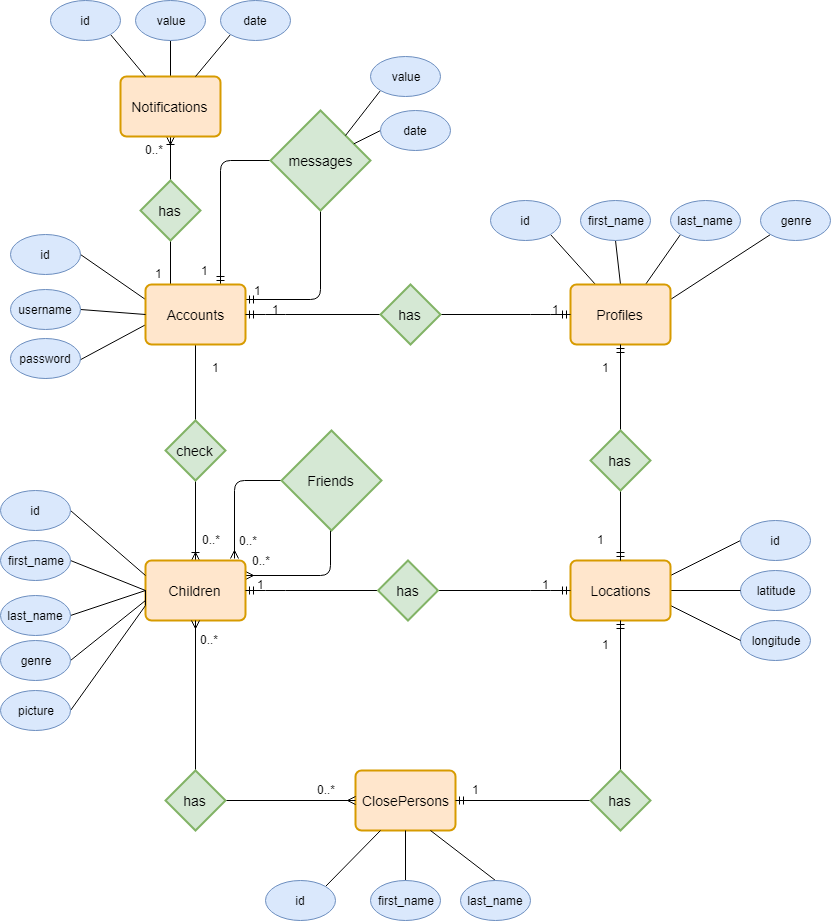
Above: Arhitecture/tw-bd-diagram.png in vararucristian/Kimo-TW-Project (draw.io), before the change. Source tidied: cells renumbered, new cells last; positions are measured from the earlier drawing's top-left corner, leaving out a move shared by most shapes.
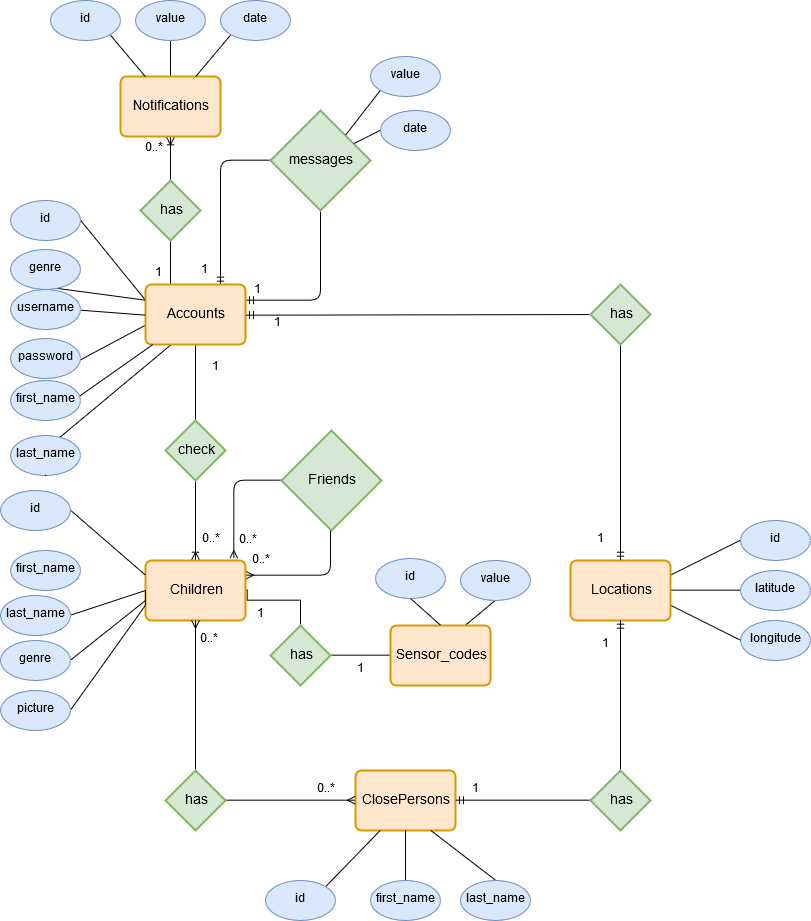
After the change.

Change to the diagram source:
```diff
@@ -45,26 +45,20 @@
     <mxCell id="11" value="password" style="ellipse;whiteSpace=wrap;html=1;fillColor=#dae8fc;strokeColor=#6c8ebf;" parent="1" vertex="1">
       <mxGeometry x="10" y="338" width="70" height="40" as="geometry" />
     </mxCell>
-    <mxCell id="12" style="edgeStyle=none;rounded=0;jettySize=auto;html=1;exitX=0.75;exitY=0;exitDx=0;exitDy=0;entryX=0;entryY=1;entryDx=0;entryDy=0;endArrow=none;endFill=0;" parent="1" edge="1" source="16" target="18">
+    <mxCell id="12" style="edgeStyle=none;rounded=0;jettySize=auto;html=1;exitX=0.25;exitY=1;exitDx=0;exitDy=0;entryX=0;entryY=1;entryDx=0;entryDy=0;endArrow=none;endFill=0;" parent="1" edge="1" source="8" target="18">
       <mxGeometry relative="1" as="geometry" />
     </mxCell>
-    <mxCell id="13" style="edgeStyle=none;rounded=0;jettySize=auto;html=1;exitX=0.5;exitY=0;exitDx=0;exitDy=0;entryX=0.5;entryY=1;entryDx=0;entryDy=0;endArrow=none;endFill=0;" parent="1" edge="1" source="16" target="17">
+    <mxCell id="13" style="edgeStyle=none;rounded=0;jettySize=auto;html=1;entryX=0.5;entryY=1;entryDx=0;entryDy=0;endArrow=none;endFill=0;" parent="1" edge="1" source="8" target="17">
       <mxGeometry relative="1" as="geometry" />
     </mxCell>
-    <mxCell id="14" style="edgeStyle=none;rounded=0;jettySize=auto;html=1;exitX=0.25;exitY=0;exitDx=0;exitDy=0;entryX=1;entryY=1;entryDx=0;entryDy=0;endArrow=none;endFill=0;" parent="1" edge="1" source="16" target="21">
-      <mxGeometry relative="1" as="geometry" />
-    </mxCell>
-    <mxCell id="15" style="edgeStyle=none;rounded=0;jettySize=auto;html=1;exitX=1;exitY=0.25;exitDx=0;exitDy=0;endArrow=none;endFill=0;entryX=0;entryY=1;entryDx=0;entryDy=0;" parent="1" edge="1" source="16" target="33">
+    <mxCell id="15" style="edgeStyle=none;rounded=0;jettySize=auto;html=1;exitX=0;exitY=0.25;exitDx=0;exitDy=0;endArrow=none;endFill=0;entryX=0;entryY=1;entryDx=0;entryDy=0;" parent="1" edge="1" source="8" target="33">
       <mxGeometry relative="1" as="geometry" />
     </mxCell>
-    <mxCell id="16" value="Profiles" style="strokeWidth=2;rounded=1;arcSize=10;whiteSpace=wrap;html=1;align=center;fontSize=14;fillColor=#ffe6cc;strokeColor=#d79b00;" parent="1" vertex="1">
-      <mxGeometry x="570" y="284" width="100" height="60" as="geometry" />
-    </mxCell>
     <mxCell id="17" value="first_name" style="ellipse;whiteSpace=wrap;html=1;fillColor=#dae8fc;strokeColor=#6c8ebf;" parent="1" vertex="1">
-      <mxGeometry x="580" y="200" width="70" height="40" as="geometry" />
+      <mxGeometry x="10" y="380" width="70" height="40" as="geometry" />
     </mxCell>
     <mxCell id="18" value="last_name" style="ellipse;whiteSpace=wrap;html=1;fillColor=#dae8fc;strokeColor=#6c8ebf;" parent="1" vertex="1">
-      <mxGeometry x="670" y="200" width="70" height="40" as="geometry" />
+      <mxGeometry x="10" y="435" width="70" height="40" as="geometry" />
     </mxCell>
     <mxCell id="19" value="latitude" style="ellipse;whiteSpace=wrap;html=1;fillColor=#dae8fc;strokeColor=#6c8ebf;" parent="1" vertex="1">
       <mxGeometry x="740" y="570" width="70" height="40" as="geometry" />
@@ -72,9 +66,6 @@
     <mxCell id="20" value="longitude" style="ellipse;whiteSpace=wrap;html=1;fillColor=#dae8fc;strokeColor=#6c8ebf;" parent="1" vertex="1">
       <mxGeometry x="740" y="620" width="70" height="40" as="geometry" />
     </mxCell>
-    <mxCell id="21" value="id" style="ellipse;whiteSpace=wrap;html=1;fillColor=#dae8fc;strokeColor=#6c8ebf;" parent="1" vertex="1">
-      <mxGeometry x="490" y="200" width="70" height="40" as="geometry" />
-    </mxCell>
     <mxCell id="22" style="edgeStyle=none;rounded=0;jettySize=auto;html=1;exitX=1;exitY=0.75;exitDx=0;exitDy=0;entryX=0;entryY=0.5;entryDx=0;entryDy=0;endArrow=none;endFill=0;" parent="1" edge="1" source="25" target="20">
       <mxGeometry relative="1" as="geometry" />
     </mxCell>
@@ -90,32 +81,36 @@
     <mxCell id="26" value="id" style="ellipse;whiteSpace=wrap;html=1;fillColor=#dae8fc;strokeColor=#6c8ebf;" parent="1" vertex="1">
       <mxGeometry x="740" y="520" width="70" height="40" as="geometry" />
     </mxCell>
-    <mxCell id="27" style="edgeStyle=entityRelationEdgeStyle;fontSize=12;html=1;endArrow=ERmandOne;startArrow=ERmandOne;entryX=0;entryY=0.5;entryDx=0;entryDy=0;exitX=1;exitY=0.5;exitDx=0;exitDy=0;" parent="1" edge="1" source="8" target="16">
-      <mxGeometry relative="1" as="geometry" />
-    </mxCell>
-    <mxCell id="28" value="1" style="text;html=1;align=left;verticalAlign=top;spacingTop=-4;" parent="1" vertex="1">
-      <mxGeometry x="550" y="300" width="20" height="20" as="geometry" />
-    </mxCell>
-    <mxCell id="29" value="1" style="text;html=1;align=left;verticalAlign=top;spacingTop=-4;" parent="1" vertex="1">
-      <mxGeometry x="270" y="300" width="20" height="20" as="geometry" />
-    </mxCell>
-    <mxCell id="30" style="fontSize=12;html=1;endArrow=ERmandOne;startArrow=ERmandOne;entryX=0.5;entryY=1;entryDx=0;entryDy=0;exitX=0.5;exitY=0;exitDx=0;exitDy=0;" parent="1" edge="1" source="25" target="16">
-      <mxGeometry relative="1" as="geometry" />
+    <mxCell id="30" style="fontSize=12;html=1;endArrow=ERmandOne;startArrow=ERmandOne;entryX=1;entryY=0.5;entryDx=0;entryDy=0;exitX=0.5;exitY=0;exitDx=0;exitDy=0;" parent="1" edge="1" source="25" target="8">
+      <mxGeometry relative="1" as="geometry">
+        <Array as="points">
+          <mxPoint x="620" y="314" />
+        </Array>
+      </mxGeometry>
     </mxCell>
     <mxCell id="31" value="1" style="text;html=1;align=left;verticalAlign=top;spacingTop=-4;" parent="1" vertex="1">
-      <mxGeometry x="600" y="358" width="20" height="20" as="geometry" />
+      <mxGeometry x="272" y="314" width="20" height="20" as="geometry" />
     </mxCell>
     <mxCell id="32" value="1" style="text;html=1;align=left;verticalAlign=top;spacingTop=-4;" parent="1" vertex="1">
       <mxGeometry x="595" y="530" width="20" height="20" as="geometry" />
     </mxCell>
     <mxCell id="33" value="genre" style="ellipse;whiteSpace=wrap;html=1;fillColor=#dae8fc;strokeColor=#6c8ebf;" parent="1" vertex="1">
-      <mxGeometry x="760" y="200" width="70" height="40" as="geometry" />
+      <mxGeometry x="10" y="249" width="70" height="40" as="geometry" />
     </mxCell>
     <mxCell id="34" style="edgeStyle=none;rounded=0;jettySize=auto;html=1;exitX=0;exitY=0.5;exitDx=0;exitDy=0;endArrow=none;endFill=0;" parent="1" edge="1" source="35">
       <mxGeometry relative="1" as="geometry">
         <mxPoint x="145" y="600" as="targetPoint" />
       </mxGeometry>
     </mxCell>
+    <mxCell id="95" style="edgeStyle=orthogonalEdgeStyle;rounded=0;jettySize=auto;html=1;exitX=1;exitY=0.5;exitDx=0;exitDy=0;entryX=0;entryY=0.5;entryDx=0;entryDy=0;endArrow=none;endFill=0;" parent="1" edge="1" source="35" target="97">
+      <mxGeometry relative="1" as="geometry">
+        <Array as="points">
+          <mxPoint x="246" y="600" />
+          <mxPoint x="300" y="600" />
+          <mxPoint x="300" y="655" />
+        </Array>
+      </mxGeometry>
+    </mxCell>
     <mxCell id="35" value="Children" style="strokeWidth=2;rounded=1;arcSize=10;whiteSpace=wrap;html=1;align=center;fontSize=14;fillColor=#ffe6cc;strokeColor=#d79b00;" parent="1" vertex="1">
       <mxGeometry x="145" y="560" width="100" height="60" as="geometry" />
     </mxCell>
@@ -131,20 +126,11 @@
     <mxCell id="39" value="id" style="ellipse;whiteSpace=wrap;html=1;fillColor=#dae8fc;strokeColor=#6c8ebf;" parent="1" vertex="1">
       <mxGeometry y="490" width="70" height="40" as="geometry" />
     </mxCell>
-    <mxCell id="40" style="edgeStyle=entityRelationEdgeStyle;fontSize=12;html=1;endArrow=ERmandOne;startArrow=ERmandOne;entryX=0;entryY=0.5;entryDx=0;entryDy=0;exitX=1;exitY=0.5;exitDx=0;exitDy=0;" parent="1" edge="1" source="35" target="25">
-      <mxGeometry relative="1" as="geometry" />
-    </mxCell>
-    <mxCell id="41" value="1" style="text;html=1;align=left;verticalAlign=top;spacingTop=-4;" parent="1" vertex="1">
-      <mxGeometry x="255" y="575" width="20" height="20" as="geometry" />
-    </mxCell>
-    <mxCell id="42" value="1" style="text;html=1;align=left;verticalAlign=top;spacingTop=-4;" parent="1" vertex="1">
-      <mxGeometry x="540" y="575" width="20" height="20" as="geometry" />
-    </mxCell>
-    <mxCell id="43" style="edgeStyle=none;rounded=0;jettySize=auto;html=1;exitX=1;exitY=0.5;exitDx=0;exitDy=0;entryX=0;entryY=0.5;entryDx=0;entryDy=0;endArrow=none;endFill=0;" parent="1" edge="1" source="44" target="35">
-      <mxGeometry relative="1" as="geometry" />
-    </mxCell>
+    <mxCell id="96" style="rounded=0;jettySize=auto;html=1;exitX=0.5;exitY=1;exitDx=0;exitDy=0;entryX=0.75;entryY=0;entryDx=0;entryDy=0;endArrow=none;endFill=0;" parent="1" edge="1" source="44" target="97">
+      <mxGeometry relative="1" as="geometry" />
+    </mxCell>
-    <mxCell id="44" value="first_name" style="ellipse;whiteSpace=wrap;html=1;fillColor=#dae8fc;strokeColor=#6c8ebf;" parent="1" vertex="1">
-      <mxGeometry y="540" width="70" height="40" as="geometry" />
+    <mxCell id="44" value="value" style="ellipse;whiteSpace=wrap;html=1;fillColor=#dae8fc;strokeColor=#6c8ebf;" parent="1" vertex="1">
+      <mxGeometry x="460" y="560" width="70" height="40" as="geometry" />
     </mxCell>
     <mxCell id="45" style="edgeStyle=none;rounded=0;jettySize=auto;html=1;exitX=1;exitY=0.5;exitDx=0;exitDy=0;endArrow=none;endFill=0;" parent="1" edge="1" source="46">
       <mxGeometry relative="1" as="geometry">
@@ -222,7 +208,7 @@
       <mxGeometry x="270" y="110" width="100" height="100" as="geometry" />
     </mxCell>
     <mxCell id="68" value="id" style="ellipse;whiteSpace=wrap;html=1;fillColor=#dae8fc;strokeColor=#6c8ebf;" parent="1" vertex="1">
-      <mxGeometry x="10" y="234" width="70" height="40" as="geometry" />
+      <mxGeometry x="10" y="200" width="70" height="40" as="geometry" />
     </mxCell>
     <mxCell id="69" style="rounded=0;jettySize=auto;html=1;exitX=0;exitY=1;exitDx=0;exitDy=0;entryX=1;entryY=0;entryDx=0;entryDy=0;endArrow=none;endFill=0;" parent="1" edge="1" source="70" target="67">
       <mxGeometry relative="1" as="geometry" />
@@ -245,15 +231,9 @@
     <mxCell id="75" value="has" style="shape=rhombus;strokeWidth=2;fontSize=17;perimeter=rhombusPerimeter;whiteSpace=wrap;html=1;align=center;fontSize=14;fillColor=#d5e8d4;strokeColor=#82b366;" parent="1" vertex="1">
       <mxGeometry x="140" y="180" width="60" height="60" as="geometry" />
     </mxCell>
-    <mxCell id="76" value="has" style="shape=rhombus;strokeWidth=2;fontSize=17;perimeter=rhombusPerimeter;whiteSpace=wrap;html=1;align=center;fontSize=14;fillColor=#d5e8d4;strokeColor=#82b366;" parent="1" vertex="1">
-      <mxGeometry x="380" y="284" width="60" height="60" as="geometry" />
-    </mxCell>
     <mxCell id="77" value="check" style="shape=rhombus;strokeWidth=2;fontSize=17;perimeter=rhombusPerimeter;whiteSpace=wrap;html=1;align=center;fontSize=14;fillColor=#d5e8d4;strokeColor=#82b366;" parent="1" vertex="1">
       <mxGeometry x="165" y="420" width="60" height="60" as="geometry" />
     </mxCell>
-    <mxCell id="78" value="has" style="shape=rhombus;strokeWidth=2;fontSize=17;perimeter=rhombusPerimeter;whiteSpace=wrap;html=1;align=center;fontSize=14;fillColor=#d5e8d4;strokeColor=#82b366;" parent="1" vertex="1">
-      <mxGeometry x="377.5" y="560" width="60" height="60" as="geometry" />
-    </mxCell>
     <mxCell id="79" value="has" style="shape=rhombus;strokeWidth=2;fontSize=17;perimeter=rhombusPerimeter;whiteSpace=wrap;html=1;align=center;fontSize=14;fillColor=#d5e8d4;strokeColor=#82b366;" parent="1" vertex="1">
       <mxGeometry x="590" y="770" width="60" height="60" as="geometry" />
     </mxCell>
@@ -261,7 +241,7 @@
       <mxGeometry x="165" y="770" width="60" height="60" as="geometry" />
     </mxCell>
     <mxCell id="81" value="has" style="shape=rhombus;strokeWidth=2;fontSize=17;perimeter=rhombusPerimeter;whiteSpace=wrap;html=1;align=center;fontSize=14;fillColor=#d5e8d4;strokeColor=#82b366;" parent="1" vertex="1">
-      <mxGeometry x="590" y="430" width="60" height="60" as="geometry" />
+      <mxGeometry x="590" y="284" width="60" height="60" as="geometry" />
     </mxCell>
     <mxCell id="82" value="1" style="text;html=1;align=left;verticalAlign=top;spacingTop=-4;" parent="1" vertex="1">
       <mxGeometry x="153" y="264" width="20" height="20" as="geometry" />
@@ -302,5 +282,29 @@
     <mxCell id="94" value="0..*" style="text;html=1;align=left;verticalAlign=top;spacingTop=-4;" parent="1" vertex="1">
       <mxGeometry x="250" y="551" width="30" height="20" as="geometry" />
     </mxCell>
+    <mxCell id="97" value="Sensor_codes" style="strokeWidth=2;rounded=1;arcSize=10;whiteSpace=wrap;html=1;align=center;fontSize=14;fillColor=#ffe6cc;strokeColor=#d79b00;" parent="1" vertex="1">
+      <mxGeometry x="390" y="625" width="100" height="60" as="geometry" />
+    </mxCell>
+    <mxCell id="98" value="1" style="text;html=1;align=left;verticalAlign=top;spacingTop=-4;" parent="1" vertex="1">
+      <mxGeometry x="255" y="605" width="20" height="20" as="geometry" />
+    </mxCell>
+    <mxCell id="99" value="1" style="text;html=1;align=left;verticalAlign=top;spacingTop=-4;" parent="1" vertex="1">
+      <mxGeometry x="355" y="660" width="20" height="20" as="geometry" />
+    </mxCell>
+    <mxCell id="100" value="has" style="shape=rhombus;strokeWidth=2;fontSize=17;perimeter=rhombusPerimeter;whiteSpace=wrap;html=1;align=center;fontSize=14;fillColor=#d5e8d4;strokeColor=#82b366;" parent="1" vertex="1">
+      <mxGeometry x="270" y="625" width="60" height="60" as="geometry" />
+    </mxCell>
+    <mxCell id="101" value="first_name" style="ellipse;whiteSpace=wrap;html=1;fillColor=#dae8fc;strokeColor=#6c8ebf;" parent="1" vertex="1">
+      <mxGeometry x="10" y="550" width="70" height="40" as="geometry" />
+    </mxCell>
+    <mxCell id="102" style="edgeStyle=none;rounded=0;jettySize=auto;html=1;exitX=0.5;exitY=1;exitDx=0;exitDy=0;entryX=0.5;entryY=0;entryDx=0;entryDy=0;endArrow=none;endFill=0;" parent="1" edge="1" source="21" target="97">
+      <mxGeometry relative="1" as="geometry" />
+    </mxCell>
+    <mxCell id="21" value="id" style="ellipse;whiteSpace=wrap;html=1;fillColor=#dae8fc;strokeColor=#6c8ebf;" parent="1" vertex="1">
+      <mxGeometry x="375" y="557.5" width="70" height="40" as="geometry" />
+    </mxCell>
+    <mxCell id="103" style="edgeStyle=none;rounded=0;orthogonalLoop=1;jettySize=auto;html=1;exitX=0.5;exitY=1;exitDx=0;exitDy=0;endArrow=none;endFill=0;" parent="1" edge="1" source="18" target="18">
+      <mxGeometry relative="1" as="geometry" />
+    </mxCell>
   </root>
 </mxGraphModel>
```
